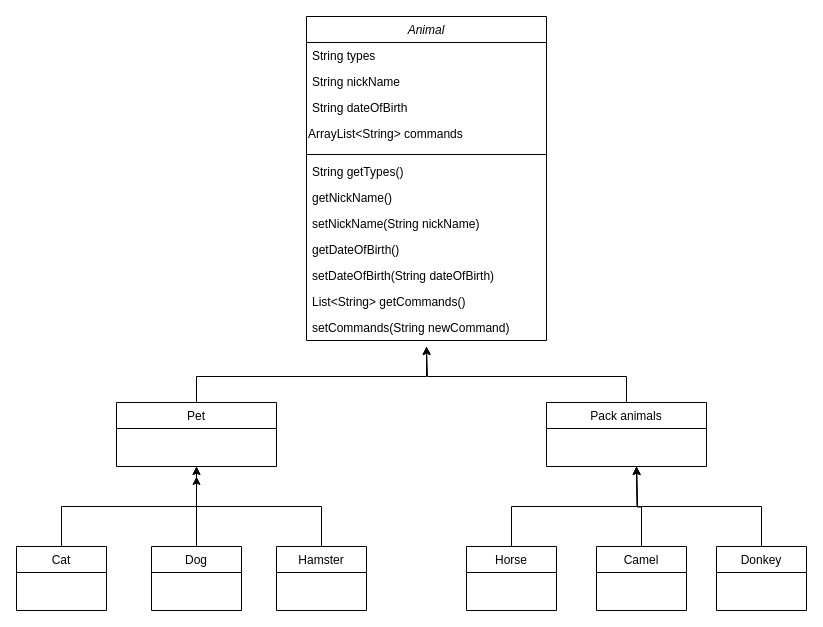
The draw.io diagram src/Diagram/Animal_Diagram.drawio in Nikolay-son-Yura/Final_control_work, before the edit. Source tidied: cells renumbered, new cells numbered last; positions are measured from the earlier drawing's top-left corner, leaving out a move shared by most shapes. Both pictures are drawn from the tidied source at 100%, with x=0, y=0 at pixel (16, 16).
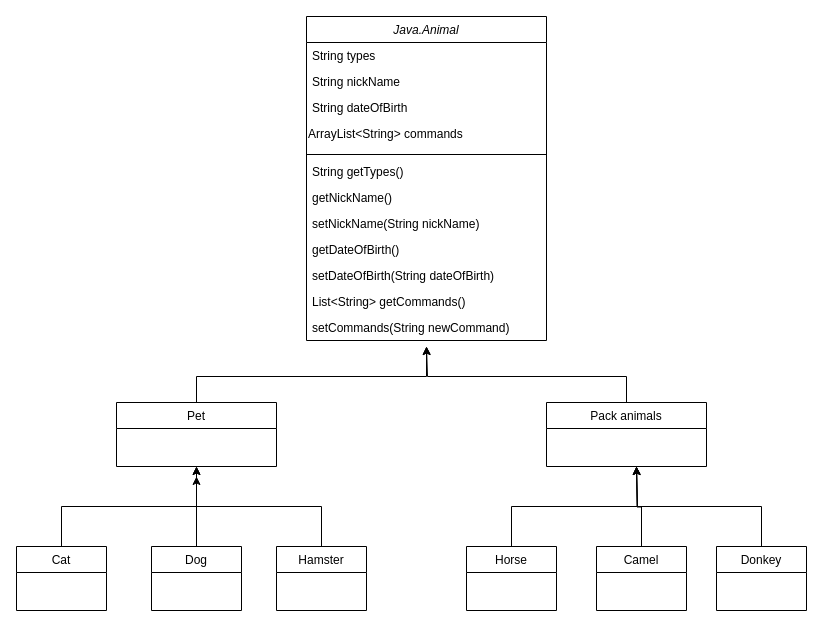
The same diagram, later.

Diff of the diagram source:
```diff
@@
-    <mxCell id="2" value="Animal" style="swimlane;fontStyle=2;align=center;verticalAlign=top;horizontal=1;startSize=26;rounded=0;shadow=0;strokeWidth=1;" parent="1" vertex="1">
+    <mxCell id="2" value="Java.Animal" style="swimlane;fontStyle=2;align=center;verticalAlign=top;horizontal=1;startSize=26;rounded=0;shadow=0;strokeWidth=1;" parent="1" vertex="1">
       <mxGeometry x="290" width="240" height="324" as="geometry" />
     </mxCell>
```
